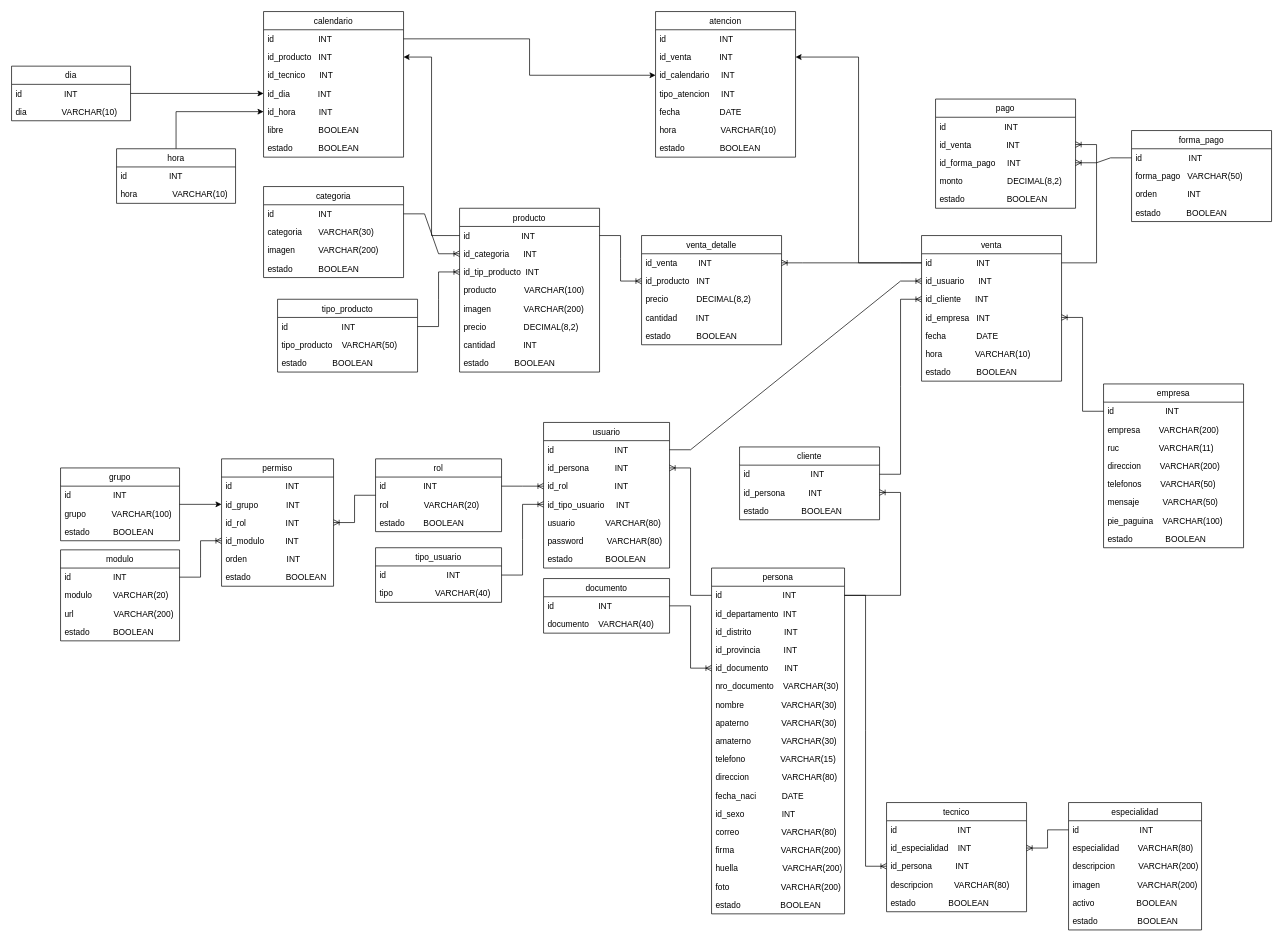
MarcoGranadosNeyra/UTP keeps this draw.io diagram as 1.- Diagramas/1.- Diagrama de Base de Datos/1.-UTP.DiagramaBD.drawio. Above is the earlier version. Source tidied: cells renumbered, new cells numbered last; positions are measured from the earlier drawing's top-left corner, leaving out a move shared by most shapes. Both pictures are drawn from the tidied source at 70%, with x=0, y=0 at pixel (11, 11).
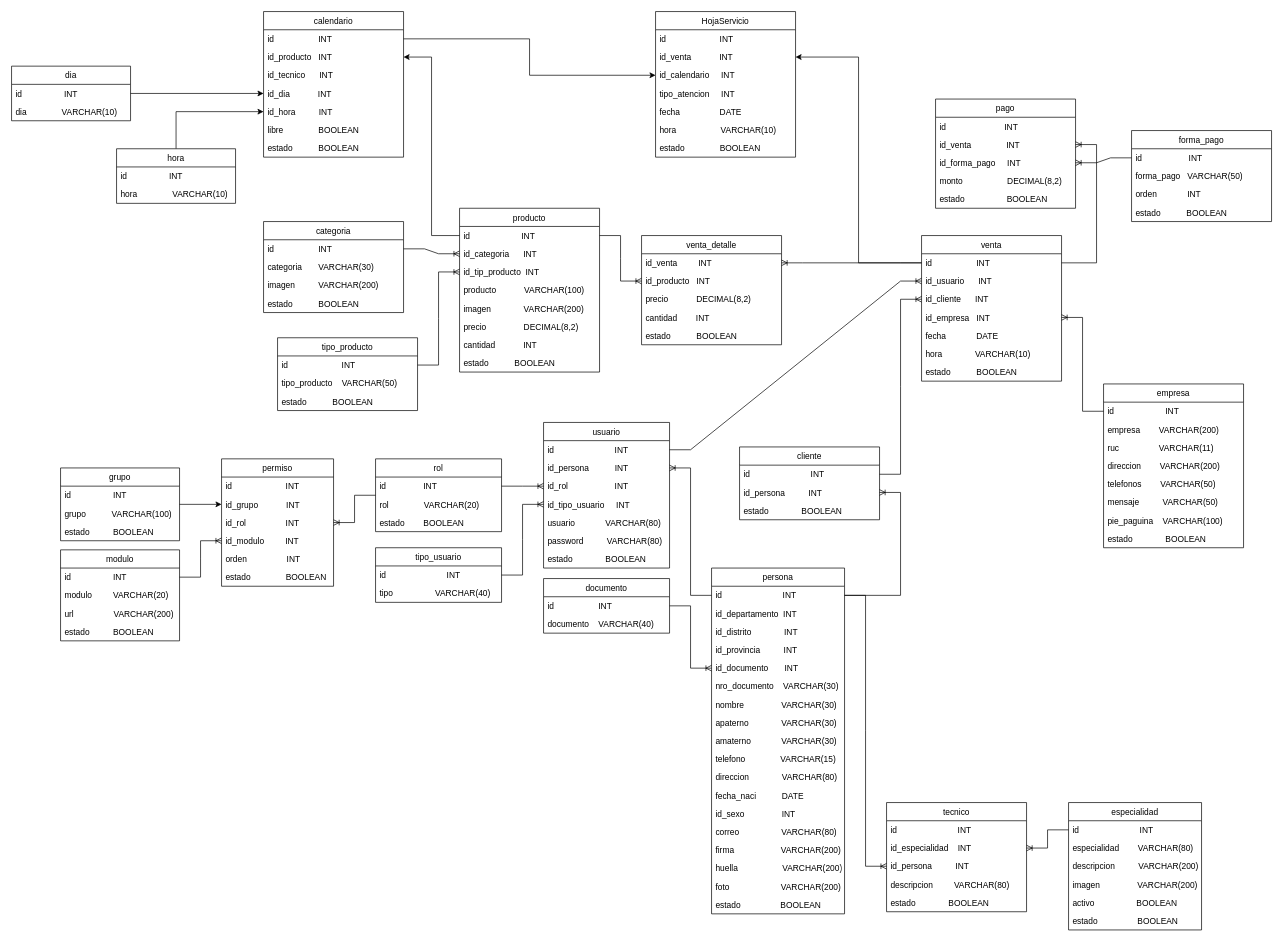
Above is the later version.

Change to the diagram source:
```diff
@@
     <mxCell id="80" value="categoria" style="swimlane;fontStyle=0;horizontal=1;startSize=26;" parent="1" vertex="1">
-      <mxGeometry x="360" y="250" width="200" height="130" as="geometry" />
+      <mxGeometry x="360" y="300" width="200" height="130" as="geometry" />
     </mxCell>
@@
     <mxCell id="129" value="tipo_producto" style="swimlane;fontStyle=0;horizontal=1;startSize=26;" parent="1" vertex="1">
-      <mxGeometry x="380" y="411" width="200" height="104" as="geometry" />
+      <mxGeometry x="380" y="466" width="200" height="104" as="geometry" />
     </mxCell>
@@
-    <mxCell id="142" value="atencion" style="swimlane;fontStyle=0;horizontal=1;startSize=26;" parent="1" vertex="1">
+    <mxCell id="142" value="HojaServicio" style="swimlane;fontStyle=0;horizontal=1;startSize=26;" parent="1" vertex="1">
       <mxGeometry x="920" width="200" height="208" as="geometry" />
     </mxCell>
```
